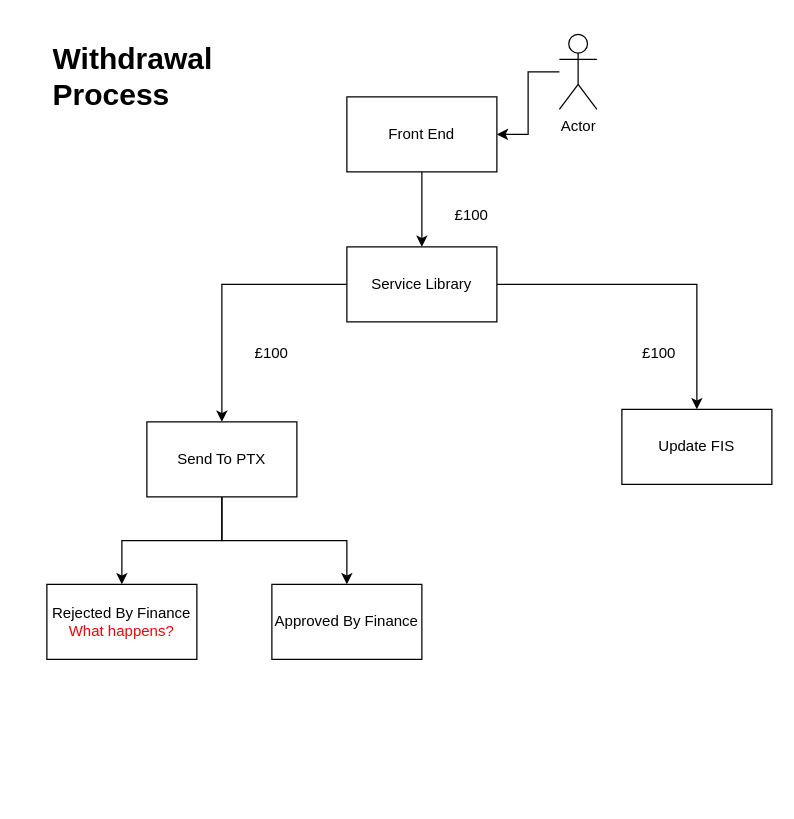
mattwatts36/drawings keeps this draw.io diagram as FIS_WalletToWallet.drawio. Above is the earlier version. Source tidied: cells renumbered, new cells numbered last; positions are measured from the earlier drawing's top-left corner, leaving out a move shared by most shapes. Both pictures are drawn from the tidied source at 125%, with x=0, y=0 at pixel (46, 34).
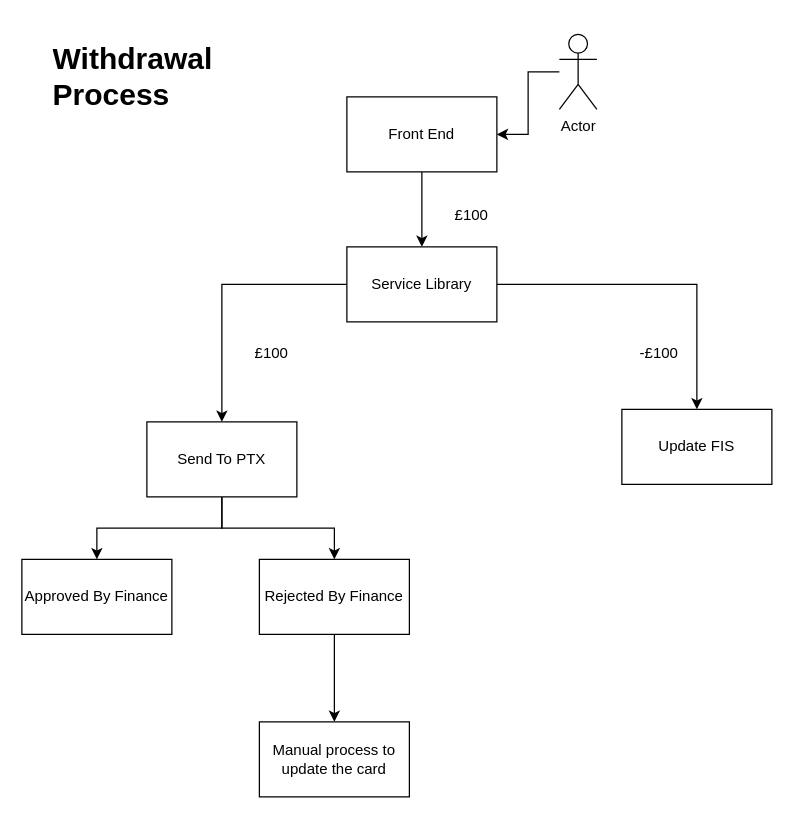
The same diagram, later.

Commit message:
Added new manual update box

Change to the diagram source:
```diff
@@
     <mxCell id="13" value="Approved By Finance" style="whiteSpace=wrap;html=1;rounded=0;" parent="1" vertex="1">
-      <mxGeometry x="180" y="440" width="120" height="60" as="geometry" />
+      <mxGeometry x="-20" y="420" width="120" height="60" as="geometry" />
     </mxCell>
+    <mxCell id="19" style="edgeStyle=orthogonalEdgeStyle;rounded=0;jettySize=auto;html=1;" parent="1" edge="1" source="14" target="20">
+      <mxGeometry relative="1" as="geometry" />
+    </mxCell>
-    <mxCell id="14" value="Rejected By Finance&lt;br&gt;&lt;font color=&quot;#ff0000&quot;&gt;What happens?&lt;/font&gt;" style="whiteSpace=wrap;html=1;rounded=0;" parent="1" vertex="1">
-      <mxGeometry y="440" width="120" height="60" as="geometry" />
+    <mxCell id="14" value="Rejected By Finance&lt;br&gt;" style="whiteSpace=wrap;html=1;rounded=0;" parent="1" vertex="1">
+      <mxGeometry x="170" y="420" width="120" height="60" as="geometry" />
     </mxCell>
@@
-    <mxCell id="17" value="£100" style="text;html=1;strokeColor=none;fillColor=none;align=center;verticalAlign=middle;whiteSpace=wrap;rounded=0;" parent="1" vertex="1">
+    <mxCell id="17" value="-£100" style="text;html=1;strokeColor=none;fillColor=none;align=center;verticalAlign=middle;whiteSpace=wrap;rounded=0;" parent="1" vertex="1">
       <mxGeometry x="460" y="240" width="60" height="30" as="geometry" />
     </mxCell>
@@
+    <mxCell id="20" value="Manual process to update the card" style="rounded=0;whiteSpace=wrap;html=1;" parent="1" vertex="1">
+      <mxGeometry x="170" y="550" width="120" height="60" as="geometry" />
+    </mxCell>
```
